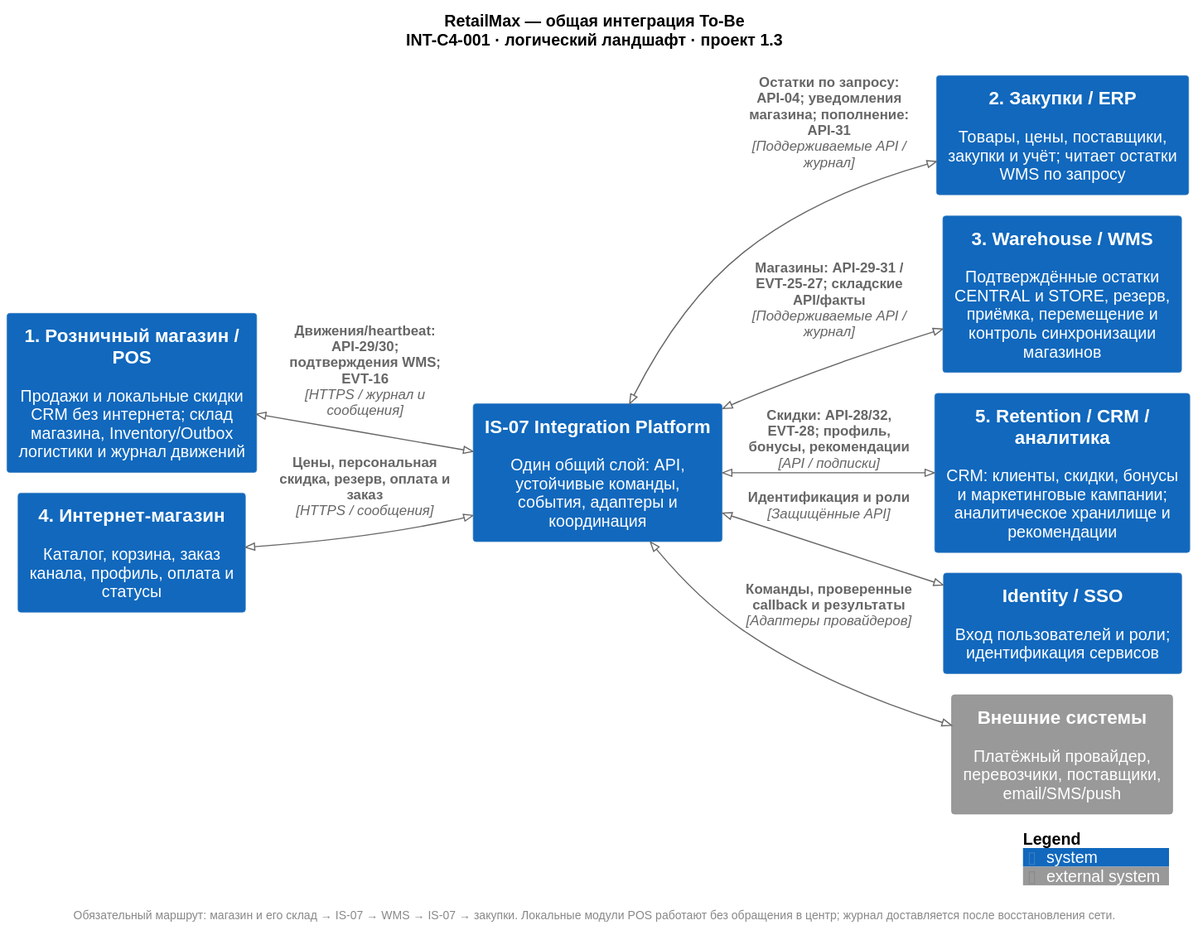
Above: 06_integration_architecture/diagrams/INT-C4-001-landscape.svg in rsingatulin/hse_architecture (PlantUML), before the change.
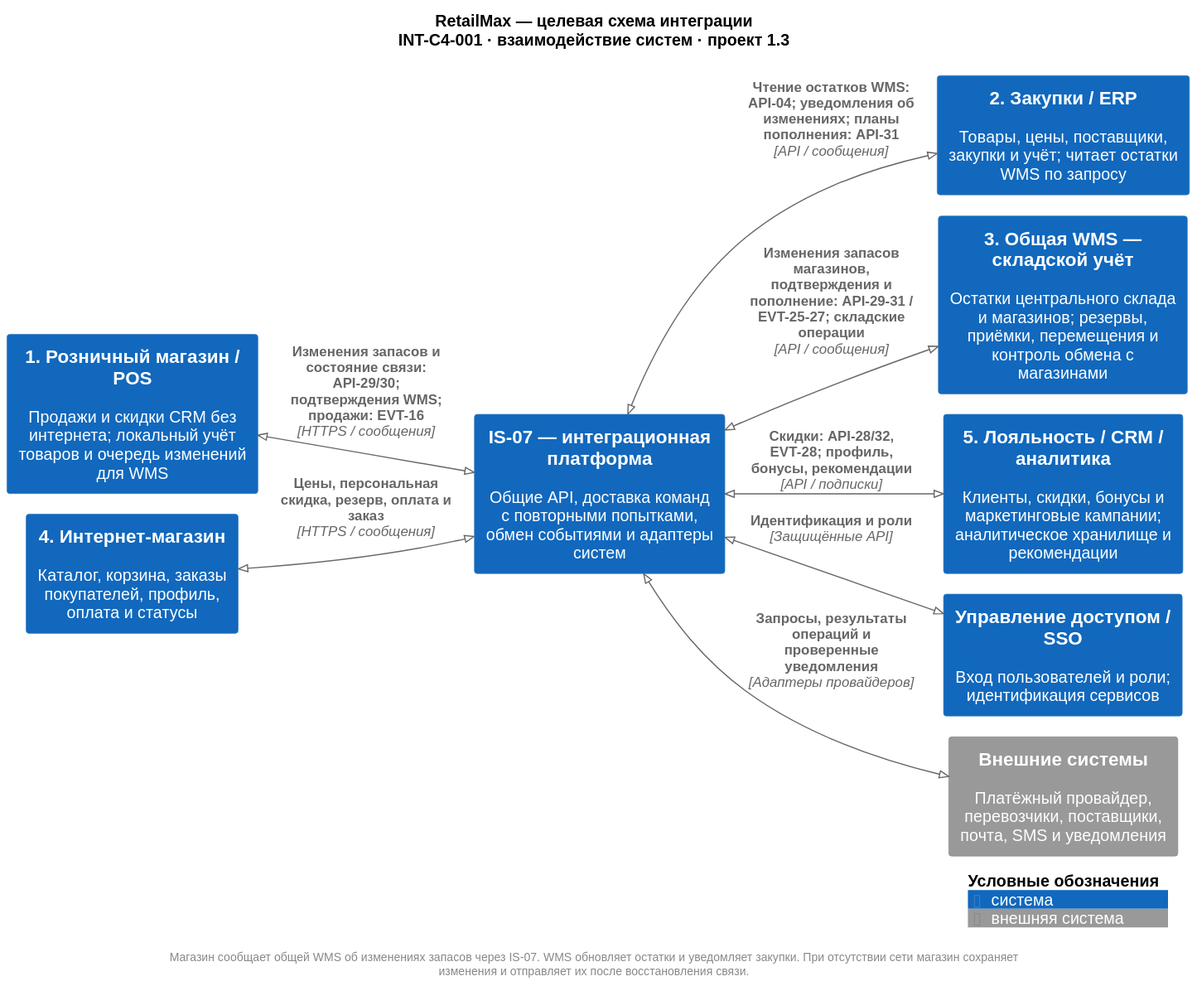
The same diagram one commit later.

Diff of the diagram source:
```diff
@@ -1,25 +1,40 @@
 @startuml
 !pragma layout smetana
+!$LEGEND_TITLE_TEXT = "Условные обозначения"
+!$PERSON_LEGEND_TEXT = "пользователь"
+!$EXTERNAL_PERSON_LEGEND_TEXT = "внешний пользователь"
+!$SYSTEM_LEGEND_TEXT = "система"
+!$EXTERNAL_SYSTEM_LEGEND_TEXT = "внешняя система"
+!$SYSTEM_BOUNDARY_TYPE = "система"
+!$SYSTEM_BOUNDARY_LEGEND_TEXT = "граница системы"
+!$CONTAINER_LEGEND_TEXT = "контейнер"
+!$EXTERNAL_CONTAINER_LEGEND_TEXT = "внешний контейнер"
+!$CONTAINER_BOUNDARY_TYPE = "контейнер"
+!$CONTAINER_BOUNDARY_LEGEND_TEXT = "граница контейнера"
+!$LEGEND_BOUNDARY_DASHED_INCL_COMA = "пунктир, "
 !include <C4/C4_Context>
 LAYOUT_LEFT_RIGHT()
 skinparam defaultFontName Arial
 skinparam backgroundColor white
-title RetailMax — общая интеграция To-Be\nINT-C4-001 · логический ландшафт · проект 1.3
-System(pos, "1. Розничный магазин / POS", "Продажи и локальные скидки CRM без интернета; склад магазина, Inventory/Outbox логистики и журнал движений")
-System(shop, "4. Интернет-магазин", "Каталог, корзина, заказ канала, профиль, оплата и статусы")
-System(ip, "IS-07 Integration Platform", "Один общий слой: API, устойчивые команды, события, адаптеры и координация")
+title RetailMax — целевая схема интеграции\nINT-C4-001 · взаимодействие систем · проект 1.3
+System(pos, "1. Розничный магазин / POS", "Продажи и скидки CRM без интернета; локальный учёт товаров и очередь изменений для WMS")
+System(shop, "4. Интернет-магазин", "Каталог, корзина, заказы покупателей, профиль, оплата и статусы")
+System(ip, "IS-07 — интеграционная платформа", "Общие API, доставка команд с повторными попытками, обмен событиями и адаптеры систем")
 System(erp, "2. Закупки / ERP", "Товары, цены, поставщики, закупки и учёт; читает остатки WMS по запросу")
-System(wms, "3. Warehouse / WMS", "Подтверждённые остатки CENTRAL и STORE, резерв, приёмка, перемещение и контроль синхронизации магазинов")
-System(ret, "5. Retention / CRM / аналитика", "CRM: клиенты, скидки, бонусы и маркетинговые кампании; аналитическое хранилище и рекомендации")
-System(shared, "Identity / SSO", "Вход пользователей и роли; идентификация сервисов")
-System_Ext(ext, "Внешние системы", "Платёжный провайдер, перевозчики, поставщики, email/SMS/push")
-BiRel(pos, ip, "Движения/heartbeat: API-29/30; подтверждения WMS; EVT-16", "HTTPS / журнал и сообщения")
+System(wms, "3. Общая WMS — складской учёт", "Остатки центрального склада и магазинов; резервы, приёмки, перемещения и контроль обмена с магазинами")
+System(ret, "5. Лояльность / CRM / аналитика", "Клиенты, скидки, бонусы и маркетинговые кампании; аналитическое хранилище и рекомендации")
+System(shared, "Управление доступом / SSO", "Вход пользователей и роли; идентификация сервисов")
+System_Ext(ext, "Внешние системы", "Платёжный провайдер, перевозчики, поставщики, почта, SMS и уведомления")
+BiRel(pos, ip, "Изменения запасов и состояние связи: API-29/30; подтверждения WMS; продажи: EVT-16", "HTTPS / сообщения")
 BiRel(shop, ip, "Цены, персональная скидка, резерв, оплата и заказ", "HTTPS / сообщения")
-BiRel(ip, erp, "Остатки по запросу: API-04; уведомления магазина; пополнение: API-31", "Поддерживаемые API / журнал")
-BiRel(ip, wms, "Магазины: API-29-31 / EVT-25-27; складские API/факты", "Поддерживаемые API / журнал")
+BiRel(ip, erp, "Чтение остатков WMS: API-04; уведомления об изменениях; планы пополнения: API-31", "API / сообщения")
+BiRel(ip, wms, "Изменения запасов магазинов, подтверждения и пополнение: API-29-31 / EVT-25-27; складские операции", "API / сообщения")
 BiRel(ip, ret, "Скидки: API-28/32, EVT-28; профиль, бонусы, рекомендации", "API / подписки")
 BiRel(ip, shared, "Идентификация и роли", "Защищённые API")
-BiRel(ip, ext, "Команды, проверенные callback и результаты", "Адаптеры провайдеров")
+BiRel(ip, ext, "Запросы, результаты операций и проверенные уведомления", "Адаптеры провайдеров")
 SHOW_LEGEND()
-footer Обязательный маршрут: магазин и его склад → IS-07 → WMS → IS-07 → закупки. Локальные модули POS работают без обращения в центр; журнал доставляется после восстановления сети.
+footer
+Магазин сообщает общей WMS об изменениях запасов через IS-07. WMS обновляет остатки и уведомляет закупки. При отсутствии сети магазин сохраняет
+изменения и отправляет их после восстановления связи.
+end footer
 @enduml
```
